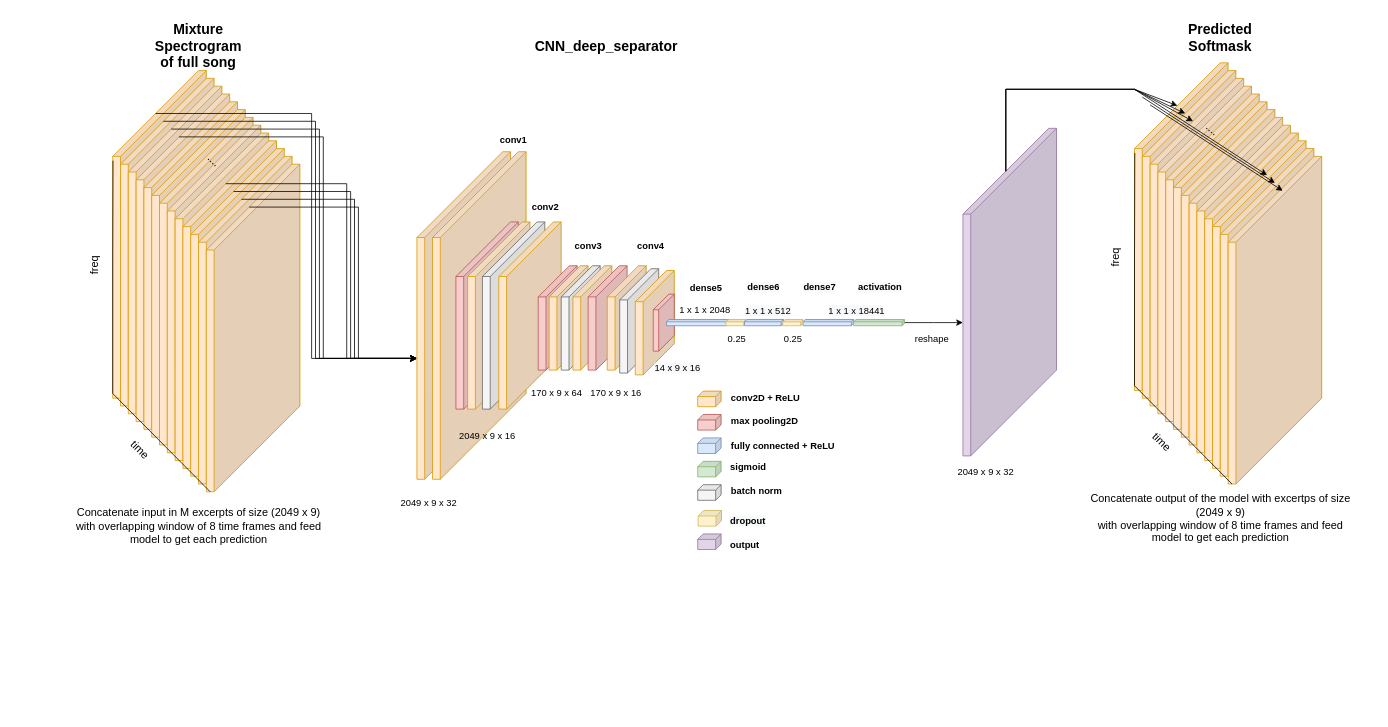
Before: vgg16_xml.drawio in ttheodorou96/Neural-Network-Architecture-Diagrams, a draw.io diagram. Source tidied: cells renumbered, new cells numbered last; positions are measured from the earlier drawing's top-left corner, leaving out a move shared by most shapes. Both pictures are drawn from the tidied source at 78%, with x=0, y=0 at pixel (66, 19).
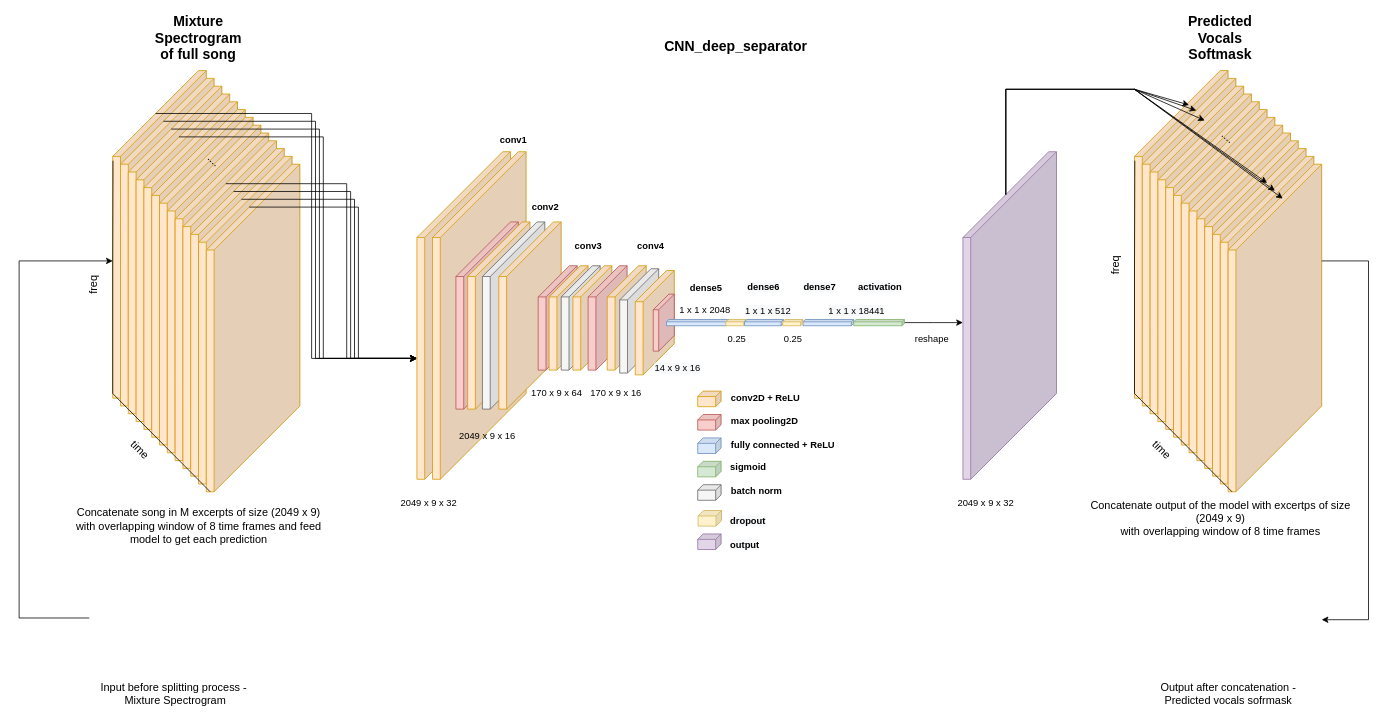
The same diagram, later.

The edit, as a diff of the source:
```diff
@@
     <mxCell id="47" style="shape=cube;whiteSpace=wrap;html=1;boundedLbl=1;backgroundOutline=1;darkOpacity=0.05;darkOpacity2=0.1;size=110;direction=east;flipH=1;fillColor=#e1d5e7;strokeColor=#9673a6;" parent="1" vertex="1">
-      <mxGeometry x="1150" y="140" width="120" height="420" as="geometry" />
+      <mxGeometry x="1150" y="170" width="120" height="420" as="geometry" />
     </mxCell>
@@
     <mxCell id="71" value="&lt;b&gt;&lt;font style=&quot;font-size: 18px;&quot;&gt;Mixture Spectrogram of full song&lt;/font&gt;&lt;/b&gt;" style="text;html=1;strokeColor=none;fillColor=none;align=center;verticalAlign=middle;whiteSpace=wrap;rounded=0;" parent="1" vertex="1">
-      <mxGeometry x="110" y="10" width="120" height="50" as="geometry" />
+      <mxGeometry x="110" width="120" height="50" as="geometry" />
     </mxCell>
     <mxCell id="72" value="&lt;font style=&quot;font-size: 14px;&quot;&gt;freq&lt;/font&gt;" style="text;html=1;align=center;verticalAlign=middle;strokeColor=none;fillColor=none;fontSize=18;fontFamily=Helvetica;fontColor=default;rotation=-90;" parent="1" vertex="1">
-      <mxGeometry x="10" y="296" width="50" height="40" as="geometry" />
+      <mxGeometry x="10" y="321.1" width="50" height="40" as="geometry" />
     </mxCell>
@@
-    <mxCell id="74" value="Concatenate input in M excerpts of size (2049 x 9)&lt;br&gt;with overlapping window of 8 time frames and feed &lt;br&gt;model to get each prediction" style="text;html=1;align=center;verticalAlign=middle;strokeColor=none;fillColor=none;fontSize=14;fontFamily=Helvetica;fontColor=default;" parent="1" vertex="1">
+    <mxCell id="74" value="Concatenate song in M excerpts of size (2049 x 9)&lt;br&gt;with overlapping window of 8 time frames and feed &lt;br&gt;model to get each prediction" style="text;html=1;align=center;verticalAlign=middle;strokeColor=none;fillColor=none;fontSize=14;fontFamily=Helvetica;fontColor=default;" parent="1" vertex="1">
       <mxGeometry y="620" width="340" height="60" as="geometry" />
     </mxCell>
@@
     <mxCell id="86" value="&lt;b&gt;&lt;font style=&quot;font-size: 18px;&quot;&gt;CNN_deep_separator&lt;/font&gt;&lt;/b&gt;" style="text;html=1;strokeColor=none;fillColor=none;align=center;verticalAlign=middle;whiteSpace=wrap;rounded=0;" parent="1" vertex="1">
-      <mxGeometry x="633" y="10" width="120" height="50" as="geometry" />
+      <mxGeometry x="799" y="10" width="120" height="50" as="geometry" />
     </mxCell>
     <mxCell id="87" style="shape=cube;whiteSpace=wrap;html=1;boundedLbl=1;backgroundOutline=1;darkOpacity=0.05;darkOpacity2=0.1;size=110;direction=east;flipH=1;fillColor=#ffe6cc;strokeColor=#d79b00;" parent="1" vertex="1">
-      <mxGeometry x="1370" y="56" width="120" height="420" as="geometry" />
+      <mxGeometry x="1370" y="66" width="120" height="420" as="geometry" />
     </mxCell>
     <mxCell id="88" style="shape=cube;whiteSpace=wrap;html=1;boundedLbl=1;backgroundOutline=1;darkOpacity=0.05;darkOpacity2=0.1;size=110;direction=east;flipH=1;fillColor=#ffe6cc;strokeColor=#d79b00;" parent="1" vertex="1">
-      <mxGeometry x="1380" y="66" width="120" height="420" as="geometry" />
+      <mxGeometry x="1380" y="76" width="120" height="420" as="geometry" />
     </mxCell>
     <mxCell id="89" style="shape=cube;whiteSpace=wrap;html=1;boundedLbl=1;backgroundOutline=1;darkOpacity=0.05;darkOpacity2=0.1;size=110;direction=east;flipH=1;fillColor=#ffe6cc;strokeColor=#d79b00;" parent="1" vertex="1">
-      <mxGeometry x="1390" y="76" width="120" height="420" as="geometry" />
+      <mxGeometry x="1390" y="86" width="120" height="420" as="geometry" />
     </mxCell>
     <mxCell id="90" style="shape=cube;whiteSpace=wrap;html=1;boundedLbl=1;backgroundOutline=1;darkOpacity=0.05;darkOpacity2=0.1;size=110;direction=east;flipH=1;fillColor=#ffe6cc;strokeColor=#d79b00;" parent="1" vertex="1">
-      <mxGeometry x="1400" y="86" width="120" height="420" as="geometry" />
+      <mxGeometry x="1400" y="96" width="120" height="420" as="geometry" />
     </mxCell>
     <mxCell id="91" style="shape=cube;whiteSpace=wrap;html=1;boundedLbl=1;backgroundOutline=1;darkOpacity=0.05;darkOpacity2=0.1;size=110;direction=east;flipH=1;fillColor=#ffe6cc;strokeColor=#d79b00;" parent="1" vertex="1">
-      <mxGeometry x="1410" y="96" width="120" height="420" as="geometry" />
+      <mxGeometry x="1410" y="106" width="120" height="420" as="geometry" />
     </mxCell>
     <mxCell id="92" style="shape=cube;whiteSpace=wrap;html=1;boundedLbl=1;backgroundOutline=1;darkOpacity=0.05;darkOpacity2=0.1;size=110;direction=east;flipH=1;fillColor=#ffe6cc;strokeColor=#d79b00;" parent="1" vertex="1">
-      <mxGeometry x="1420" y="106" width="120" height="420" as="geometry" />
+      <mxGeometry x="1420" y="116" width="120" height="420" as="geometry" />
     </mxCell>
     <mxCell id="93" style="shape=cube;whiteSpace=wrap;html=1;boundedLbl=1;backgroundOutline=1;darkOpacity=0.05;darkOpacity2=0.1;size=110;direction=east;flipH=1;fillColor=#ffe6cc;strokeColor=#d79b00;" parent="1" vertex="1">
-      <mxGeometry x="1430" y="116" width="120" height="420" as="geometry" />
+      <mxGeometry x="1430" y="126" width="120" height="420" as="geometry" />
     </mxCell>
     <mxCell id="94" style="shape=cube;whiteSpace=wrap;html=1;boundedLbl=1;backgroundOutline=1;darkOpacity=0.05;darkOpacity2=0.1;size=110;direction=east;flipH=1;fillColor=#ffe6cc;strokeColor=#d79b00;" parent="1" vertex="1">
-      <mxGeometry x="1440" y="126" width="120" height="420" as="geometry" />
+      <mxGeometry x="1440" y="136" width="120" height="420" as="geometry" />
     </mxCell>
     <mxCell id="95" style="shape=cube;whiteSpace=wrap;html=1;boundedLbl=1;backgroundOutline=1;darkOpacity=0.05;darkOpacity2=0.1;size=110;direction=east;flipH=1;fillColor=#ffe6cc;strokeColor=#d79b00;" parent="1" vertex="1">
-      <mxGeometry x="1450" y="136" width="120" height="420" as="geometry" />
+      <mxGeometry x="1450" y="146" width="120" height="420" as="geometry" />
     </mxCell>
     <mxCell id="96" style="shape=cube;whiteSpace=wrap;html=1;boundedLbl=1;backgroundOutline=1;darkOpacity=0.05;darkOpacity2=0.1;size=110;direction=east;flipH=1;fillColor=#ffe6cc;strokeColor=#d79b00;" parent="1" vertex="1">
-      <mxGeometry x="1460" y="146" width="120" height="420" as="geometry" />
+      <mxGeometry x="1460" y="156" width="120" height="420" as="geometry" />
     </mxCell>
     <mxCell id="97" style="shape=cube;whiteSpace=wrap;html=1;boundedLbl=1;backgroundOutline=1;darkOpacity=0.05;darkOpacity2=0.1;size=110;direction=east;flipH=1;fillColor=#ffe6cc;strokeColor=#d79b00;" parent="1" vertex="1">
-      <mxGeometry x="1470" y="156" width="120" height="420" as="geometry" />
+      <mxGeometry x="1470" y="166" width="120" height="420" as="geometry" />
     </mxCell>
     <mxCell id="98" style="shape=cube;whiteSpace=wrap;html=1;boundedLbl=1;backgroundOutline=1;darkOpacity=0.05;darkOpacity2=0.1;size=110;direction=east;flipH=1;fillColor=#ffe6cc;strokeColor=#d79b00;" parent="1" vertex="1">
-      <mxGeometry x="1480" y="166" width="120" height="420" as="geometry" />
+      <mxGeometry x="1480" y="176" width="120" height="420" as="geometry" />
     </mxCell>
     <mxCell id="99" style="shape=cube;whiteSpace=wrap;html=1;boundedLbl=1;backgroundOutline=1;darkOpacity=0.05;darkOpacity2=0.1;size=110;direction=east;flipH=1;fillColor=#ffe6cc;strokeColor=#d79b00;" parent="1" vertex="1">
-      <mxGeometry x="1490" y="176" width="120" height="420" as="geometry" />
+      <mxGeometry x="1490" y="186" width="120" height="420" as="geometry" />
     </mxCell>
-    <mxCell id="100" value="&lt;b&gt;&lt;font style=&quot;font-size: 18px;&quot;&gt;Predicted Softmask&lt;/font&gt;&lt;/b&gt;" style="text;html=1;strokeColor=none;fillColor=none;align=center;verticalAlign=middle;whiteSpace=wrap;rounded=0;" parent="1" vertex="1">
+    <mxCell id="100" value="&lt;b&gt;&lt;font style=&quot;font-size: 18px;&quot;&gt;Predicted&lt;br&gt;Vocals Softmask&lt;/font&gt;&lt;/b&gt;" style="text;html=1;strokeColor=none;fillColor=none;align=center;verticalAlign=middle;whiteSpace=wrap;rounded=0;" parent="1" vertex="1">
       <mxGeometry x="1420" width="120" height="50" as="geometry" />
     </mxCell>
     <mxCell id="101" value="&lt;font style=&quot;font-size: 14px;&quot;&gt;freq&lt;/font&gt;" style="text;html=1;align=center;verticalAlign=middle;strokeColor=none;fillColor=none;fontSize=18;fontFamily=Helvetica;fontColor=default;rotation=-90;" parent="1" vertex="1">
-      <mxGeometry x="1320" y="286" width="50" height="40" as="geometry" />
+      <mxGeometry x="1320" y="296" width="50" height="40" as="geometry" />
     </mxCell>
     <mxCell id="102" value="time" style="text;html=1;align=center;verticalAlign=middle;strokeColor=none;fillColor=none;fontSize=14;fontFamily=Helvetica;fontColor=default;rotation=45;" parent="1" vertex="1">
-      <mxGeometry x="1380" y="526.9" width="50" height="30" as="geometry" />
+      <mxGeometry x="1380" y="536.9" width="50" height="30" as="geometry" />
     </mxCell>
-    <mxCell id="103" value="Concatenate output of the model with excertps of size &lt;br&gt;(2049 x 9)&lt;br&gt;with overlapping window of 8 time frames and feed &lt;br&gt;model to get each prediction" style="text;html=1;align=center;verticalAlign=middle;strokeColor=none;fillColor=none;fontSize=14;fontFamily=Helvetica;fontColor=default;" parent="1" vertex="1">
-      <mxGeometry x="1300" y="600" width="360" height="80" as="geometry" />
+    <mxCell id="103" value="Concatenate output of the model with excertps of size &lt;br&gt;(2049 x 9)&lt;br&gt;with overlapping window of 8 time frames" style="text;html=1;align=center;verticalAlign=middle;strokeColor=none;fillColor=none;fontSize=14;fontFamily=Helvetica;fontColor=default;" parent="1" vertex="1">
+      <mxGeometry x="1300" y="610" width="360" height="60" as="geometry" />
     </mxCell>
     <mxCell id="104" value="...." style="text;html=1;align=center;verticalAlign=middle;strokeColor=none;fillColor=none;fontSize=14;fontFamily=Helvetica;fontColor=default;rotation=40;" parent="1" vertex="1">
-      <mxGeometry x="1450" y="126" width="40" height="30" as="geometry" />
+      <mxGeometry x="1470" y="136" width="40" height="30" as="geometry" />
     </mxCell>
-    <mxCell id="105" style="endArrow=none;html=1;rounded=0;fontFamily=Helvetica;fontSize=14;fontColor=default;entryX=0.997;entryY=0.275;entryDx=0;entryDy=0;entryPerimeter=0;" parent="1" edge="1" target="87">
+    <mxCell id="105" style="endArrow=none;html=1;rounded=0;fontFamily=Helvetica;fontSize=14;fontColor=default;entryX=0.997;entryY=0.275;entryDx=0;entryDy=0;entryPerimeter=0;" parent="1" edge="1">
       <mxGeometry relative="1" as="geometry">
-        <mxPoint x="1370" y="470" as="sourcePoint" />
+        <mxPoint x="1370" y="480" as="sourcePoint" />
+        <mxPoint x="1370.4" y="181.5" as="targetPoint" />
         <Array as="points">
-          <mxPoint x="1370" y="300" />
+          <mxPoint x="1370" y="310" />
         </Array>
       </mxGeometry>
     </mxCell>
     <mxCell id="106" style="endArrow=none;html=1;rounded=0;fontFamily=Helvetica;fontSize=14;fontColor=default;entryX=0;entryY=0;entryDx=115;entryDy=420;entryPerimeter=0;" parent="1" edge="1" target="99">
       <mxGeometry relative="1" as="geometry">
-        <mxPoint x="1370" y="470" as="sourcePoint" />
+        <mxPoint x="1370" y="480" as="sourcePoint" />
       </mxGeometry>
     </mxCell>
-    <mxCell id="107" style="endArrow=classic;html=1;rounded=0;fontFamily=Helvetica;fontSize=14;fontColor=default;exitX=0;exitY=0;exitDx=65;exitDy=55;exitPerimeter=0;entryX=0;entryY=0;entryDx=65;entryDy=55;entryPerimeter=0;" parent="1" edge="1" source="47" target="87">
+    <mxCell id="107" style="endArrow=classic;html=1;rounded=0;fontFamily=Helvetica;fontSize=14;fontColor=default;exitX=0;exitY=0;exitDx=65;exitDy=55;exitPerimeter=0;entryX=0.417;entryY=0.105;entryDx=0;entryDy=0;entryPerimeter=0;" parent="1" edge="1" source="47" target="87">
       <mxGeometry relative="1" as="geometry">
         <Array as="points">
           <mxPoint x="1205" y="90" />
           <mxPoint x="1370" y="90" />
         </Array>
       </mxGeometry>
     </mxCell>
-    <mxCell id="108" style="endArrow=classic;html=1;rounded=0;fontFamily=Helvetica;fontSize=14;fontColor=default;exitX=0;exitY=0;exitDx=65;exitDy=55;exitPerimeter=0;entryX=0;entryY=0;entryDx=65;entryDy=55;entryPerimeter=0;" parent="1" edge="1" source="47">
+    <mxCell id="108" style="endArrow=classic;html=1;rounded=0;fontFamily=Helvetica;fontSize=14;fontColor=default;exitX=0;exitY=0;exitDx=65;exitDy=55;exitPerimeter=0;" parent="1" edge="1" source="47">
       <mxGeometry relative="1" as="geometry">
-        <mxPoint x="1435" y="121" as="targetPoint" />
+        <mxPoint x="1460" y="130" as="targetPoint" />
         <Array as="points">
           <mxPoint x="1205" y="90" />
           <mxPoint x="1370" y="90" />
         </Array>
       </mxGeometry>
     </mxCell>
-    <mxCell id="109" style="endArrow=classic;html=1;rounded=0;fontFamily=Helvetica;fontSize=14;fontColor=default;exitX=0;exitY=0;exitDx=65;exitDy=55;exitPerimeter=0;entryX=0;entryY=0;entryDx=65;entryDy=55;entryPerimeter=0;" parent="1" edge="1" source="47">
+    <mxCell id="109" style="endArrow=classic;html=1;rounded=0;fontFamily=Helvetica;fontSize=14;fontColor=default;exitX=0;exitY=0;exitDx=65;exitDy=55;exitPerimeter=0;entryX=0.423;entryY=0.098;entryDx=0;entryDy=0;entryPerimeter=0;" parent="1" edge="1" source="47" target="88">
       <mxGeometry relative="1" as="geometry">
-        <mxPoint x="1445" y="131" as="targetPoint" />
         <Array as="points">
           <mxPoint x="1205" y="90" />
           <mxPoint x="1370" y="90" />
         </Array>
       </mxGeometry>
     </mxCell>
@@
     <mxCell id="111" style="endArrow=classic;html=1;rounded=0;fontFamily=Helvetica;fontSize=14;fontColor=default;entryX=0.417;entryY=0.105;entryDx=0;entryDy=0;entryPerimeter=0;" parent="1" edge="1">
       <mxGeometry relative="1" as="geometry">
-        <mxPoint x="1380" y="100" as="sourcePoint" />
-        <mxPoint x="1550" y="210.1" as="targetPoint" />
+        <mxPoint x="1370" y="90" as="sourcePoint" />
+        <mxPoint x="1550" y="220.1" as="targetPoint" />
       </mxGeometry>
     </mxCell>
     <mxCell id="112" style="endArrow=classic;html=1;rounded=0;fontFamily=Helvetica;fontSize=14;fontColor=default;entryX=0.417;entryY=0.105;entryDx=0;entryDy=0;entryPerimeter=0;" parent="1" edge="1">
       <mxGeometry relative="1" as="geometry">
-        <mxPoint x="1390" y="110" as="sourcePoint" />
-        <mxPoint x="1560" y="220.1" as="targetPoint" />
+        <mxPoint x="1370" y="90" as="sourcePoint" />
+        <mxPoint x="1560" y="230.1" as="targetPoint" />
       </mxGeometry>
     </mxCell>
     <mxCell id="113" value="2049 x 9 x 32" style="text;html=1;strokeColor=none;fillColor=none;align=center;verticalAlign=middle;whiteSpace=wrap;rounded=0;" parent="1" vertex="1">
-      <mxGeometry x="1130" y="566" width="99" height="30" as="geometry" />
+      <mxGeometry x="1130" y="606" width="99" height="30" as="geometry" />
     </mxCell>
+    <mxCell id="114" style="edgeStyle=orthogonalEdgeStyle;rounded=0;orthogonalLoop=1;jettySize=auto;html=1;fontFamily=Helvetica;fontSize=14;fontColor=default;" parent="1" edge="1">
+      <mxGeometry relative="1" as="geometry">
+        <mxPoint x="30" y="767.8" as="sourcePoint" />
+        <mxPoint x="60" y="310" as="targetPoint" />
+        <Array as="points">
+          <mxPoint x="-60" y="768" />
+          <mxPoint x="-60" y="310" />
+          <mxPoint x="59" y="310" />
+        </Array>
+      </mxGeometry>
+    </mxCell>
+    <mxCell id="115" value="Input before splitting process -&amp;nbsp;&lt;br&gt;Mixture Spectrogram" style="text;html=1;align=center;verticalAlign=middle;strokeColor=none;fillColor=none;fontSize=14;fontFamily=Helvetica;fontColor=default;" parent="1" vertex="1">
+      <mxGeometry x="35" y="840" width="210" height="50" as="geometry" />
+    </mxCell>
+    <mxCell id="116" value="Output after concatenation -&lt;br&gt;Predicted vocals sofrmask" style="text;html=1;align=center;verticalAlign=middle;strokeColor=none;fillColor=none;fontSize=14;fontFamily=Helvetica;fontColor=default;" parent="1" vertex="1">
+      <mxGeometry x="1390" y="840" width="200" height="50" as="geometry" />
+    </mxCell>
+    <mxCell id="117" style="endArrow=classic;html=1;rounded=0;fontFamily=Helvetica;fontSize=14;fontColor=default;" parent="1" edge="1">
+      <mxGeometry relative="1" as="geometry">
+        <mxPoint x="1610" y="310" as="sourcePoint" />
+        <mxPoint x="1610" y="770" as="targetPoint" />
+        <Array as="points">
+          <mxPoint x="1670" y="310" />
+          <mxPoint x="1670" y="770" />
+        </Array>
+      </mxGeometry>
+    </mxCell>
```
